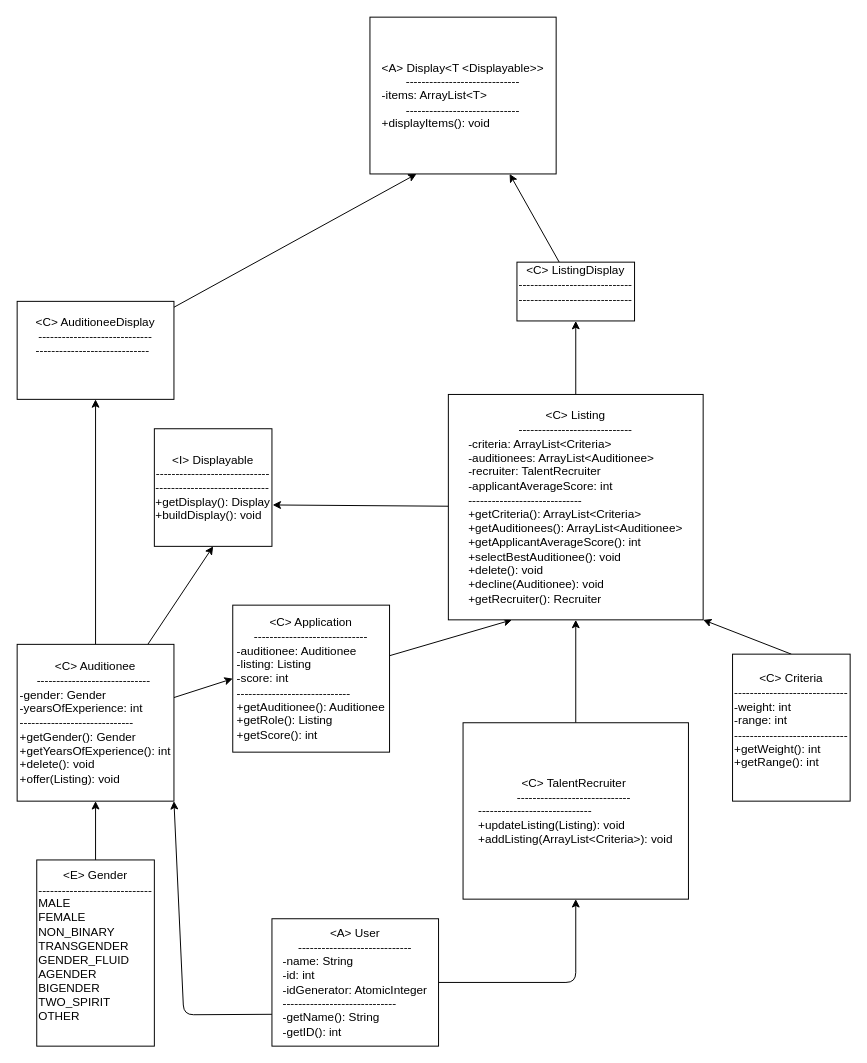
The draw.io diagram main/docs/UML.drawio in daleUrquhart/TEMS, before the edit. Source tidied: cells renumbered, new cells numbered last; positions are measured from the earlier drawing's top-left corner, leaving out a move shared by most shapes. Both pictures are drawn from the tidied source at 98%, with x=0, y=0 at pixel (17, 17).
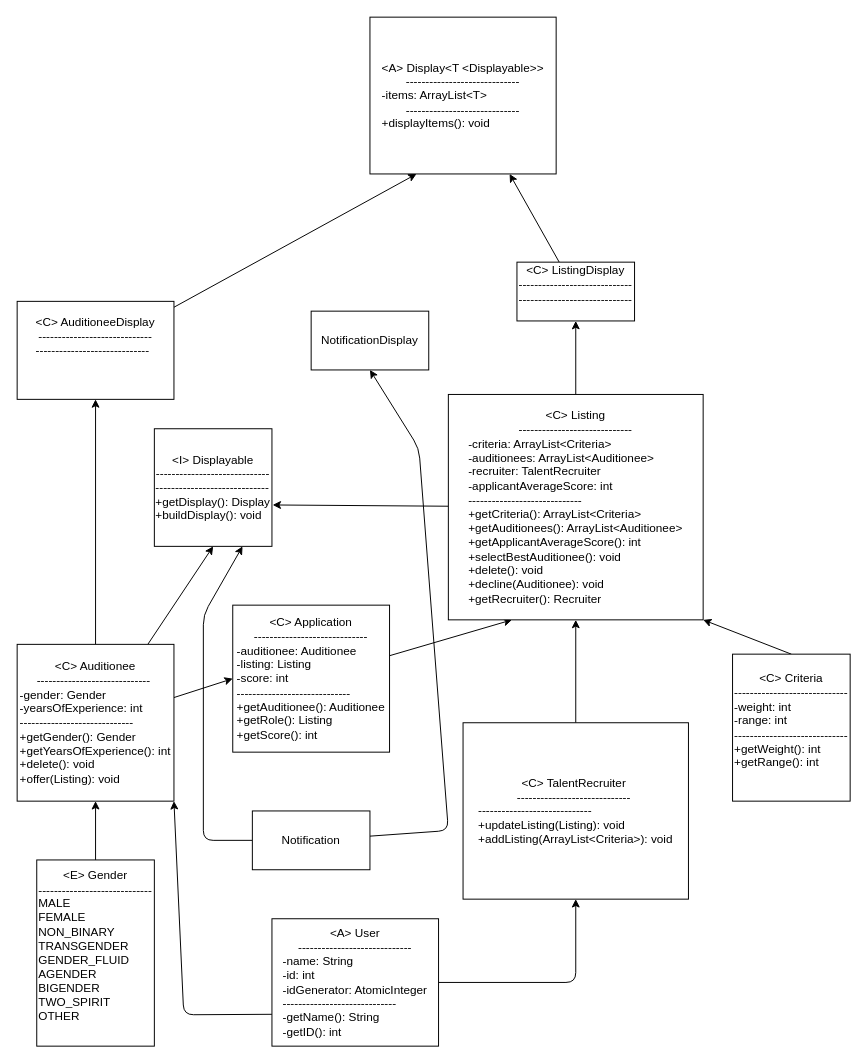
The same page after the edit.

The change refers to these unchanged cells:
```xml
<mxCell id="25" value="&amp;lt;I&amp;gt; Displayable&lt;br&gt;-----------------------------&lt;br&gt;&lt;div style=&quot;text-align: left;&quot;&gt;-----------------------------&lt;br&gt;&lt;div&gt;+getDisplay(): Display&lt;/div&gt;&lt;div&gt;+buildDisplay(): void&lt;/div&gt;&lt;/div&gt;" style="whiteSpace=wrap;html=1;" parent="1" vertex="1">
  <mxGeometry x="140" y="420" width="120" height="120" as="geometry" />
</mxCell>
```

Change to the diagram source:
```diff
@@
+    <mxCell id="26" value="NotificationDisplay&lt;br&gt;" style="whiteSpace=wrap;html=1;" parent="1" vertex="1">
+      <mxGeometry x="300" y="300" width="120" height="60" as="geometry" />
+    </mxCell>
+    <mxCell id="27" style="edgeStyle=none;html=1;entryX=0.5;entryY=1;entryDx=0;entryDy=0;" parent="1" edge="1" source="29" target="26">
+      <mxGeometry relative="1" as="geometry">
+        <Array as="points">
+          <mxPoint x="440" y="830" />
+          <mxPoint x="410" y="440" />
+        </Array>
+      </mxGeometry>
+    </mxCell>
+    <mxCell id="28" style="edgeStyle=none;html=1;entryX=0.75;entryY=1;entryDx=0;entryDy=0;" parent="1" edge="1" source="29" target="25">
+      <mxGeometry relative="1" as="geometry">
+        <Array as="points">
+          <mxPoint x="190" y="840" />
+          <mxPoint x="190" y="610" />
+        </Array>
+      </mxGeometry>
+    </mxCell>
+    <mxCell id="29" value="Notification" style="whiteSpace=wrap;html=1;" parent="1" vertex="1">
+      <mxGeometry x="240" y="810" width="120" height="60" as="geometry" />
+    </mxCell>
```
